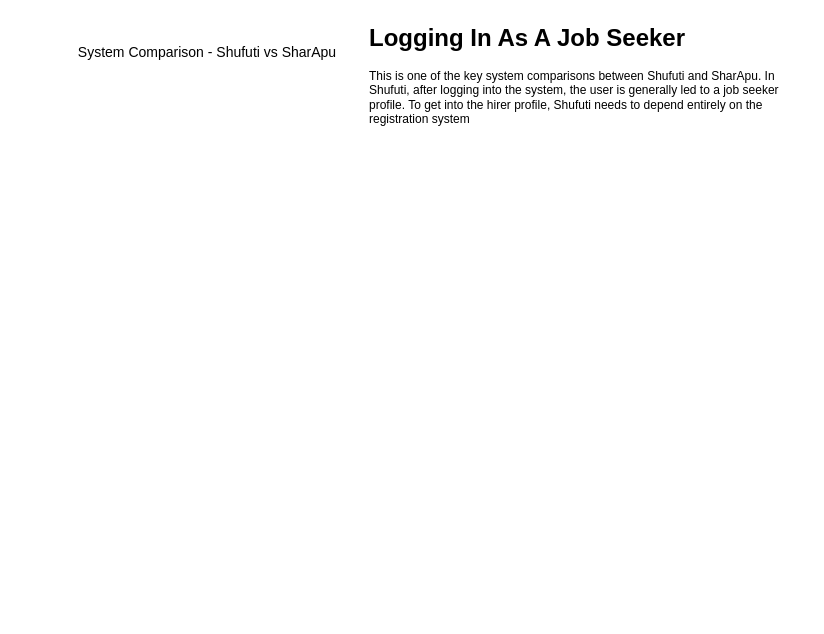
Before: System Comparison - Shufuti vs SharApu/LogginInAsAJobSeeker.drawio in SumaiyaTarannumNoor/SharApu-Job-Portal, a draw.io diagram. Source tidied: cells renumbered, new cells numbered last; positions are measured from the earlier drawing's top-left corner, leaving out a move shared by most shapes. Both pictures are drawn from the tidied source at 100%, with x=0, y=0 at pixel (17, 17).
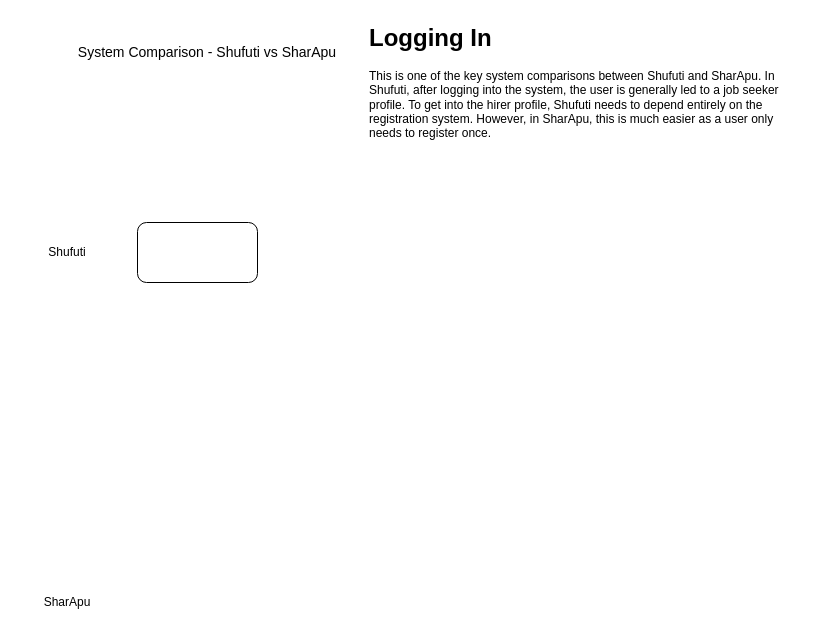
After the change.

What changed in the source:
```diff
@@
 <mxGraphModel>
   <root>
     <mxCell id="0" />
     <mxCell id="1" parent="0" />
     <mxCell id="2" value="&lt;font style=&quot;font-size: 14px;&quot;&gt;System Comparison - Shufuti vs SharApu&lt;/font&gt;" style="text;html=1;align=center;verticalAlign=middle;whiteSpace=wrap;rounded=0;" parent="1" vertex="1">
       <mxGeometry y="20" width="380" height="30" as="geometry" />
     </mxCell>
-    <mxCell id="3" value="&lt;h1 style=&quot;margin-top: 0px;&quot;&gt;Logging In As A Job Seeker&lt;/h1&gt;&lt;p&gt;This is one of the key system comparisons between Shufuti and SharApu. In Shufuti, after logging into the system, the user is generally led to a job seeker profile. To get into the hirer profile, Shufuti needs to depend entirely on the registration system&lt;/p&gt;" style="text;html=1;whiteSpace=wrap;overflow=hidden;rounded=0;" parent="1" vertex="1">
+    <mxCell id="3" value="&lt;h1 style=&quot;margin-top: 0px;&quot;&gt;Logging In&lt;/h1&gt;&lt;p&gt;This is one of the key system comparisons between Shufuti and SharApu. In Shufuti, after logging into the system, the user is generally led to a job seeker profile. To get into the hirer profile, Shufuti needs to depend entirely on the registration system. However, in SharApu, this is much easier as a user only needs to register once.&amp;nbsp;&lt;/p&gt;" style="text;html=1;whiteSpace=wrap;overflow=hidden;rounded=0;" parent="1" vertex="1">
       <mxGeometry x="350" width="440" height="150" as="geometry" />
     </mxCell>
+    <mxCell id="4" value="Shufuti" style="text;html=1;align=center;verticalAlign=middle;whiteSpace=wrap;rounded=0;" parent="1" vertex="1">
+      <mxGeometry x="20" y="220" width="60" height="30" as="geometry" />
+    </mxCell>
+    <mxCell id="5" value="SharApu" style="text;html=1;align=center;verticalAlign=middle;whiteSpace=wrap;rounded=0;" parent="1" vertex="1">
+      <mxGeometry x="20" y="570" width="60" height="30" as="geometry" />
+    </mxCell>
+    <mxCell id="6" style="rounded=1;whiteSpace=wrap;html=1;" parent="1" vertex="1">
+      <mxGeometry x="120" y="205" width="120" height="60" as="geometry" />
+    </mxCell>
   </root>
 </mxGraphModel>
```
